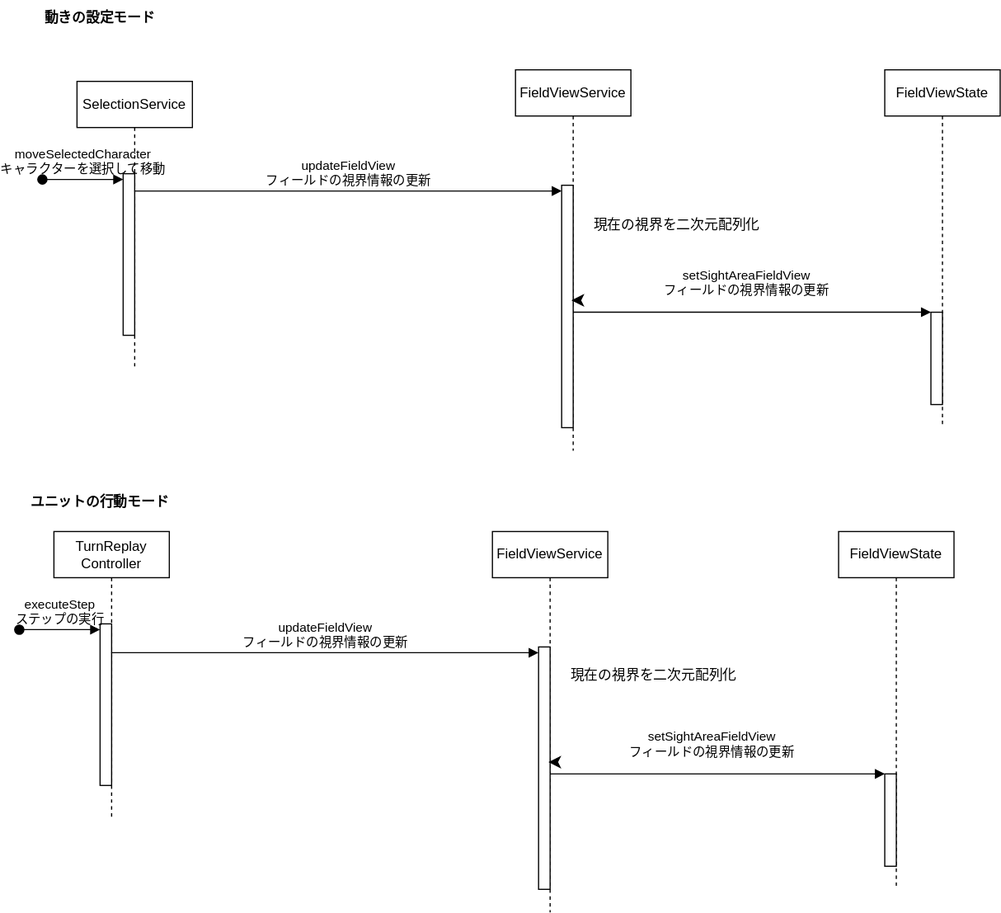
pandapan-cute/TriggerGameCompose keeps this draw.io diagram as docs/03_詳細設計/シーケンス図/視界変移フロントフロー.drawio.svg. Above is the earlier version. Source tidied: cells renumbered, new cells last; positions are measured from the earlier drawing's top-left corner, leaving out a move shared by most shapes.
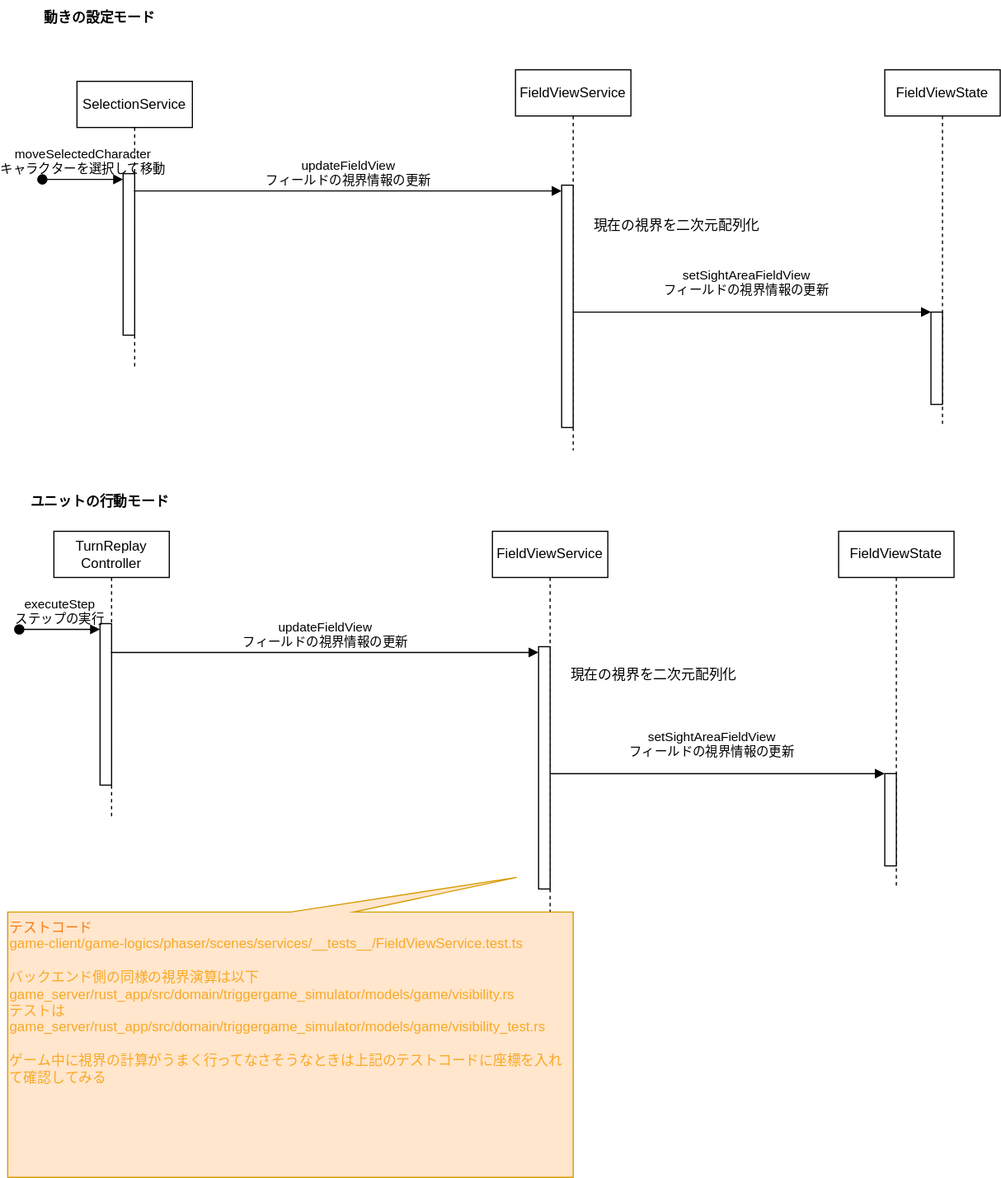
After the change.

Diff of the diagram source:
```diff
@@ -83,5 +83,8 @@
     <mxCell id="25" value="現在の視界を二次元配列化" style="text;html=1;align=center;verticalAlign=middle;whiteSpace=wrap;rounded=0;" parent="1" vertex="1">
       <mxGeometry x="480" y="570" width="160" height="30" as="geometry" />
     </mxCell>
+    <mxCell id="26" value="&lt;font style=&quot;color: rgb(245, 127, 23);&quot;&gt;テストコード&lt;/font&gt;&lt;div&gt;game-client/game-logics/phaser/scenes/services/__tests__/FieldViewService.test.ts&lt;/div&gt;&lt;div&gt;&lt;br&gt;&lt;/div&gt;&lt;div&gt;バックエンド側の同様の視界演算は以下&lt;/div&gt;&lt;div&gt;game_server/rust_app/src/domain/triggergame_simulator/models/game/visibility.rs&lt;/div&gt;&lt;div&gt;テストは&lt;/div&gt;&lt;div&gt;game_server/rust_app/src/domain/triggergame_simulator/models/game/visibility_test.rs&lt;/div&gt;&lt;div&gt;&lt;br&gt;&lt;/div&gt;&lt;div&gt;ゲーム中に視界の計算がうまく行ってなさそうなときは上記のテストコードに座標を入れて確認してみる&lt;/div&gt;" style="shape=callout;whiteSpace=wrap;html=1;perimeter=calloutPerimeter;fillColor=#ffe6cc;strokeColor=#d79b00;position2=0.9;flipH=0;flipV=1;base=55;align=left;verticalAlign=top;fontColor=#F9A825;" parent="1" vertex="1">
+      <mxGeometry y="760" width="490" height="260" as="geometry" />
+    </mxCell>
   </root>
 </mxGraphModel>
```
